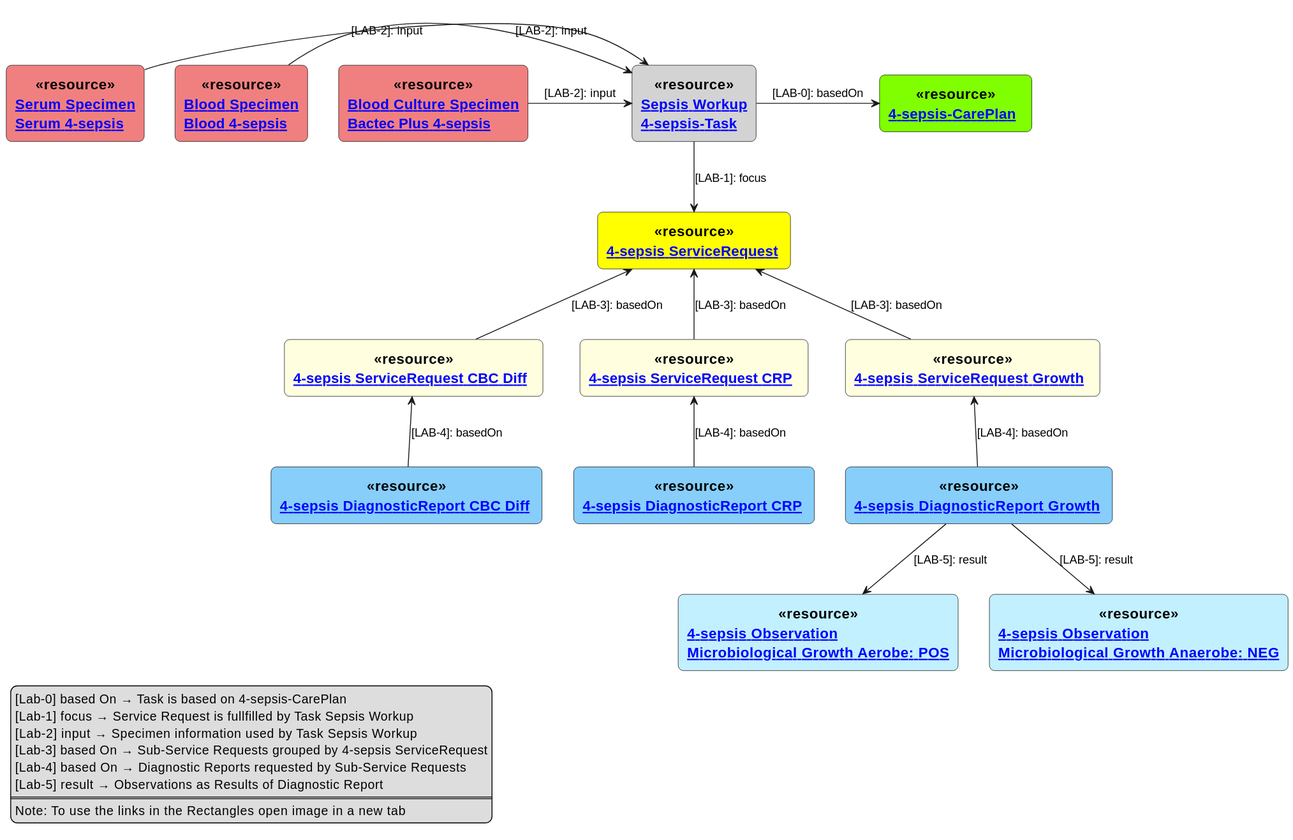
Earlier version of the PlantUML export input/images/4-sepsis-task.svg (hl7ch/ch-lab-order).
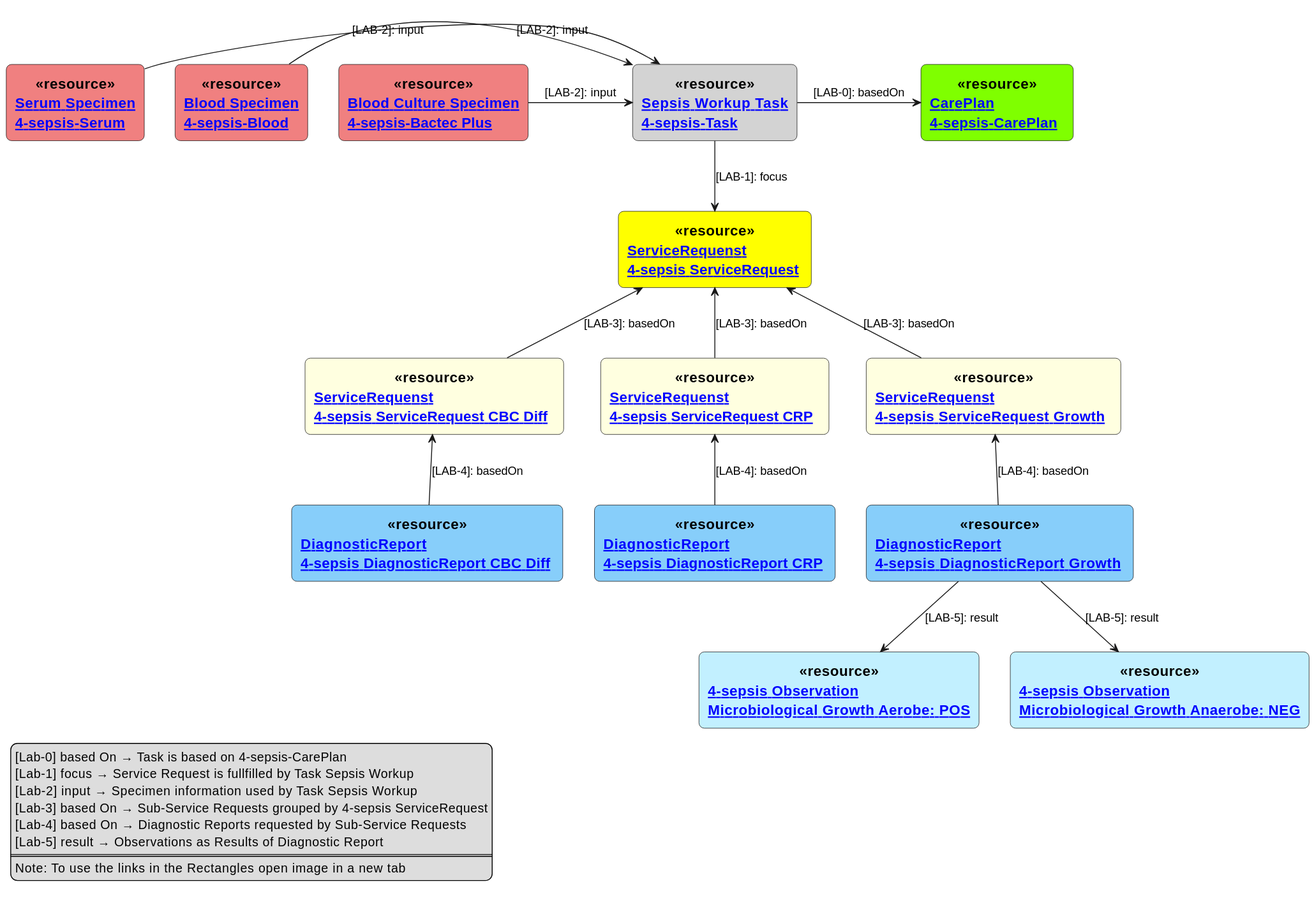
Above is the later version.

Commit message:
unify names of resources in diagram task

Change to the diagram source:
```diff
@@ -9,23 +9,23 @@
   FontStyle Bold
 }
 
-rectangle "[[ CarePlan-4-sepsis-CarePlan.html 4-sepsis-CarePlan ]] " as CP <<$bProcess>><<resource>> #Chartreuse
-rectangle "[[ ServiceRequest-4-sepsis-ServiceRequest.html 4-sepsis ServiceRequest]] " as SR <<$bProcess>><<resource>> #Yellow
-rectangle "[[ ServiceRequest-4-sepsis-ServiceRequestCBCDiff.html 4-sepsis ServiceRequest CBC Diff ]] " as SRDIFF <<$bProcess>><<resource>> #LightYellow
-rectangle "[[ ServiceRequest-4-sepsis-ServiceRequestCRP.html 4-sepsis ServiceRequest CRP ]] " as SRCRP <<$bProcess>><<resource>> #LightYellow
-rectangle "[[ ServiceRequest-4-sepsis-ServiceRequestGrowth.html 4-sepsis ServiceRequest Growth ]] " as SRG <<$bProcess>><<resource>> #LightYellow
+rectangle "[[ CarePlan-4-sepsis-CarePlan.html CarePlan\n4-sepsis-CarePlan ]] " as CP <<$bProcess>><<resource>> #Chartreuse
+rectangle "[[ ServiceRequest-4-sepsis-ServiceRequest.html ServiceRequenst\n4-sepsis ServiceRequest]] " as SR <<$bProcess>><<resource>> #Yellow
+rectangle "[[ ServiceRequest-4-sepsis-ServiceRequestCBCDiff.html ServiceRequenst\n4-sepsis ServiceRequest CBC Diff ]] " as SRDIFF <<$bProcess>><<resource>> #LightYellow
+rectangle "[[ ServiceRequest-4-sepsis-ServiceRequestCRP.html ServiceRequenst\n4-sepsis ServiceRequest CRP ]] " as SRCRP <<$bProcess>><<resource>> #LightYellow
+rectangle "[[ ServiceRequest-4-sepsis-ServiceRequestGrowth.html ServiceRequenst\n4-sepsis ServiceRequest Growth ]] " as SRG <<$bProcess>><<resource>> #LightYellow
 
-rectangle "[[ DiagnosticReport-4-sepsis-DiagnosticReportGrowth.html 4-sepsis DiagnosticReport Growth ]]" as DRG <<$bProcess>><<resource>> #LightSkyBlue
-rectangle "[[ DiagnosticReport-4-sepsis-DiagnosticReportCBCDiff.html 4-sepsis DiagnosticReport CBC Diff ]]" as DRDIFF <<$bProcess>><<resource>> #LightSkyBlue
-rectangle "[[ DiagnosticReport-4-sepsis-DiagnosticReportCRP.html 4-sepsis DiagnosticReport CRP ]]" as DRCRP <<$bProcess>><<resource>> #LightSkyBlue
+rectangle "[[ DiagnosticReport-4-sepsis-DiagnosticReportGrowth.html DiagnosticReport\n4-sepsis DiagnosticReport Growth ]]" as DRG <<$bProcess>><<resource>> #LightSkyBlue
+rectangle "[[ DiagnosticReport-4-sepsis-DiagnosticReportCBCDiff.html DiagnosticReport\n4-sepsis DiagnosticReport CBC Diff ]]" as DRDIFF <<$bProcess>><<resource>> #LightSkyBlue
+rectangle "[[ DiagnosticReport-4-sepsis-DiagnosticReportCRP.html DiagnosticReport\n4-sepsis DiagnosticReport CRP ]]" as DRCRP <<$bProcess>><<resource>> #LightSkyBlue
 
 rectangle "[[ Observation-observationMicrobiolGrowthAerobe.html 4-sepsis Observation\nMicrobiological Growth Aerobe: POS]]" as OMA <<$bProcess>><<resource>> #APPLICATION
 rectangle "[[ Observation-observationMicrobiolGrowthAnaerobe.html 4-sepsis Observation\nMicrobiological Growth Anaerobe: NEG]]" as OMANA <<$bProcess>><<resource>> #APPLICATION
 
-rectangle "[[ Task-4-sepsis-Task.html Sepsis Workup\n4-sepsis-Task ]]" as T1 <<$bProcess>><<resource>> #LightGray
-rectangle "[[ Specimen-Blood-bactec-plus-4-sepsis.html Blood Culture Specimen\nBactec Plus 4-sepsis ]]" as BBS <<$bProcess>><<resource>> #LightCoral
-rectangle "[[ Specimen-Blood-4-sepsis.html Blood Specimen\nBlood 4-sepsis ]]" as BS <<$bProcess>><<resource>> #LightCoral
-rectangle "[[ Specimen-Serum-4-sepsis.html Serum Specimen\nSerum 4-sepsis ]]" as SS <<$bProcess>><<resource>> #LightCoral
+rectangle "[[ Task-4-sepsis-Task.html Sepsis Workup  Task\n4-sepsis-Task ]]" as T1 <<$bProcess>><<resource>> #LightGray
+rectangle "[[ Specimen-4-sepsis-Blood-bactec-plus.html Blood Culture Specimen\n4-sepsis-Bactec Plus ]]" as BBS <<$bProcess>><<resource>> #LightCoral
+rectangle "[[ Specimen-4-sepsis-Blood.html Blood Specimen\n4-sepsis-Blood ]]" as BS <<$bProcess>><<resource>> #LightCoral
+rectangle "[[ Specimen-4-sepsis-Serum.html Serum Specimen\n4-sepsis-Serum ]]" as SS <<$bProcess>><<resource>> #LightCoral
 
 SR <-down- SRG : [LAB-3]: basedOn
 SR <-down- SRDIFF : [LAB-3]: basedOn
```
